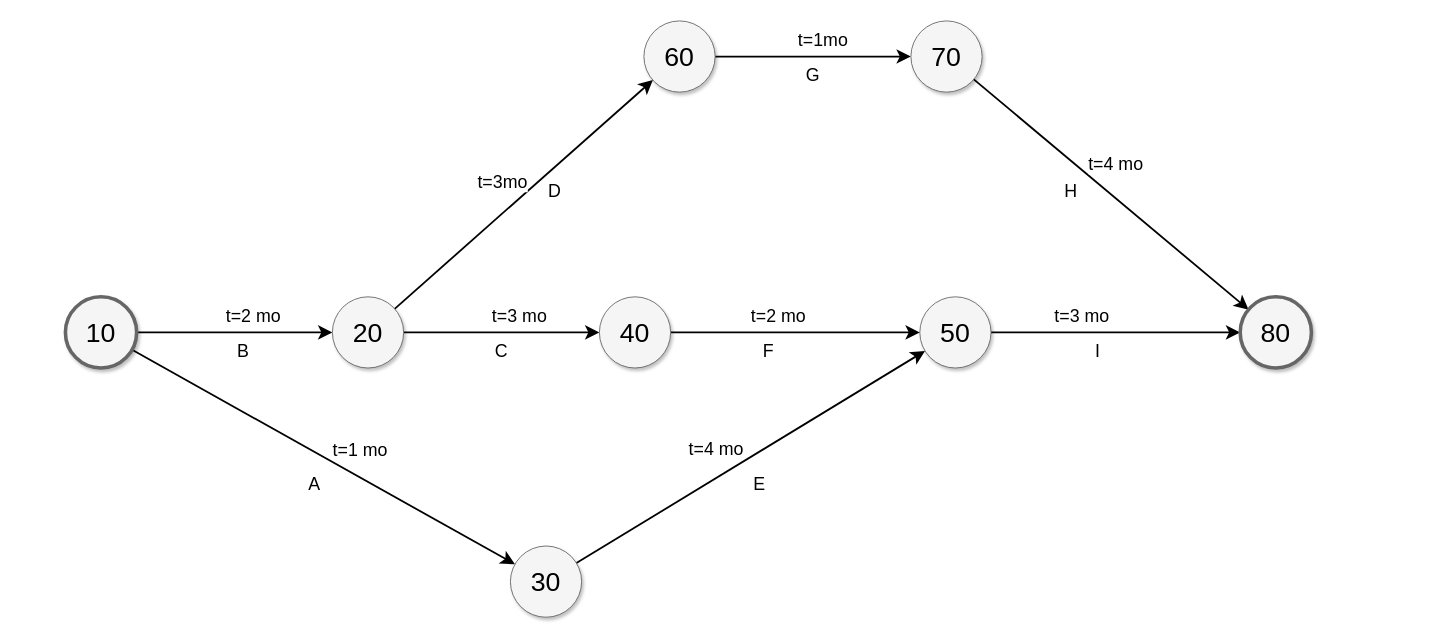
The draw.io diagram src/UI/Untitled Diagram.drawio in Alejosv07/Uso-de-POO-DMAW, before the edit. Source tidied: cells renumbered, new cells numbered last; positions are measured from the earlier drawing's top-left corner, leaving out a move shared by most shapes. Both pictures are drawn from the tidied source at 89%, with x=0, y=0 at pixel (65, 20).
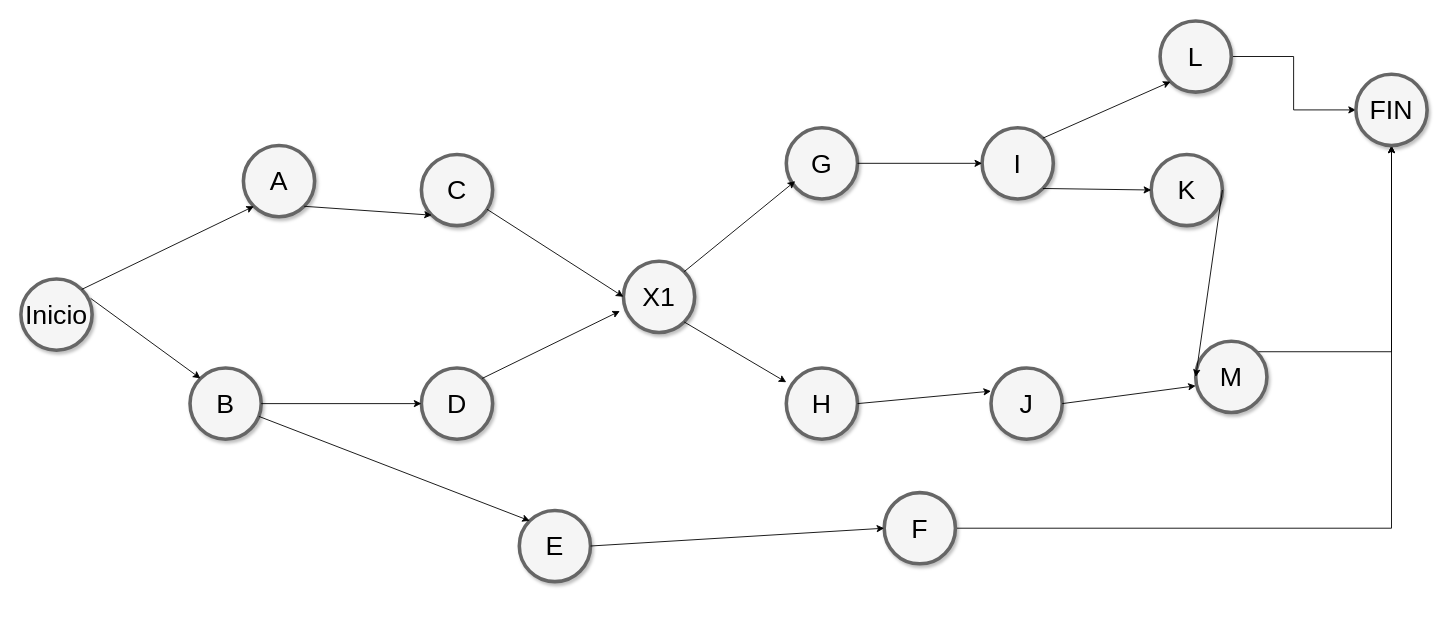
Above is the later version.

The edit, as a diff of the source:
```diff
@@
-    <mxCell id="2" style="edgeStyle=none;curved=1;html=1;startSize=10;endArrow=classic;endFill=1;endSize=10;strokeColor=#000000;strokeWidth=2;fontSize=12;" parent="1" edge="1" source="6" target="11">
-      <mxGeometry relative="1" as="geometry" />
-    </mxCell>
-    <mxCell id="3" value="t=2 mo" style="text;html=1;align=center;verticalAlign=middle;labelBackgroundColor=none;fontSize=20;" parent="2" vertex="1">
-      <mxGeometry x="0.25" y="-5" relative="1" as="geometry">
-        <mxPoint x="-8" y="-25" as="offset" />
-      </mxGeometry>
-    </mxCell>
-    <mxCell id="4" style="edgeStyle=none;curved=1;html=1;startSize=10;endFill=1;endSize=10;strokeWidth=2;fontSize=12;" parent="1" edge="1" source="6" target="14">
-      <mxGeometry relative="1" as="geometry" />
-    </mxCell>
-    <mxCell id="5" value="t=1 mo" style="text;html=1;align=center;verticalAlign=middle;labelBackgroundColor=#ffffff;fontSize=20;" parent="4" vertex="1">
-      <mxGeometry x="-0.07" y="-2" relative="1" as="geometry">
-        <mxPoint x="57" y="-3" as="offset" />
-      </mxGeometry>
-    </mxCell>
-    <mxCell id="6" value="10" style="ellipse;whiteSpace=wrap;html=1;rounded=0;shadow=1;strokeColor=#666666;strokeWidth=4;fontSize=30;align=center;fillColor=#f5f5f5;" parent="1" vertex="1">
-      <mxGeometry y="310" width="80" height="80" as="geometry" />
+    <mxCell id="6" value="Inicio" style="ellipse;whiteSpace=wrap;html=1;rounded=0;shadow=1;strokeColor=#666666;strokeWidth=4;fontSize=30;align=center;fillColor=#f5f5f5;" parent="1" vertex="1">
+      <mxGeometry x="-50" y="290" width="80" height="80" as="geometry" />
     </mxCell>
-    <mxCell id="7" style="edgeStyle=none;curved=1;html=1;startSize=10;endFill=1;endSize=10;strokeWidth=2;fontSize=12;" parent="1" edge="1" source="11" target="23">
-      <mxGeometry relative="1" as="geometry" />
-    </mxCell>
-    <mxCell id="8" value="t=3 mo" style="text;html=1;align=center;verticalAlign=middle;labelBackgroundColor=#ffffff;fontSize=20;" parent="7" vertex="1">
-      <mxGeometry x="0.15" relative="1" as="geometry">
-        <mxPoint x="3" y="-20" as="offset" />
-      </mxGeometry>
-    </mxCell>
-    <mxCell id="9" style="edgeStyle=none;curved=1;html=1;startSize=10;endFill=1;endSize=10;strokeWidth=2;fontSize=12;" parent="1" edge="1" source="11" target="20">
-      <mxGeometry relative="1" as="geometry" />
-    </mxCell>
-    <mxCell id="10" value="t=3mo" style="text;html=1;align=center;verticalAlign=middle;labelBackgroundColor=#ffffff;fontSize=20;" parent="9" vertex="1">
-      <mxGeometry x="0.17" y="-3" relative="1" as="geometry">
-        <mxPoint x="-51" y="4" as="offset" />
-      </mxGeometry>
-    </mxCell>
-    <mxCell id="11" value="20" style="ellipse;whiteSpace=wrap;html=1;rounded=0;shadow=1;strokeColor=#666666;strokeWidth=1;fontSize=30;align=center;fillColor=#f5f5f5;" parent="1" vertex="1">
-      <mxGeometry x="300" y="310" width="80" height="80" as="geometry" />
-    </mxCell>
-    <mxCell id="12" style="edgeStyle=none;curved=1;html=1;startSize=10;endFill=1;endSize=10;strokeWidth=2;fontSize=12;" parent="1" edge="1" source="14" target="17">
-      <mxGeometry relative="1" as="geometry" />
-    </mxCell>
-    <mxCell id="13" value="t=4 mo" style="text;html=1;align=center;verticalAlign=middle;labelBackgroundColor=#ffffff;fontSize=20;" parent="12" vertex="1">
-      <mxGeometry x="-0.13" y="-6" relative="1" as="geometry">
-        <mxPoint x="-17" y="-31" as="offset" />
-      </mxGeometry>
-    </mxCell>
-    <mxCell id="14" value="30" style="ellipse;whiteSpace=wrap;html=1;rounded=0;shadow=1;strokeColor=#666666;strokeWidth=1;fontSize=30;align=center;fillColor=#f5f5f5;" parent="1" vertex="1">
-      <mxGeometry x="500" y="590" width="80" height="80" as="geometry" />
-    </mxCell>
-    <mxCell id="15" style="edgeStyle=none;curved=1;html=1;startSize=10;endFill=1;endSize=10;strokeWidth=2;fontSize=12;" parent="1" edge="1" source="17" target="27">
-      <mxGeometry relative="1" as="geometry" />
-    </mxCell>
-    <mxCell id="16" value="t=3 mo" style="text;html=1;align=center;verticalAlign=middle;labelBackgroundColor=#ffffff;fontSize=20;" parent="15" vertex="1">
-      <mxGeometry x="-0.41" y="-1" relative="1" as="geometry">
-        <mxPoint x="18" y="-21" as="offset" />
-      </mxGeometry>
-    </mxCell>
-    <mxCell id="17" value="50" style="ellipse;whiteSpace=wrap;html=1;rounded=0;shadow=1;strokeColor=#666666;strokeWidth=1;fontSize=30;align=center;fillColor=#f5f5f5;" parent="1" vertex="1">
-      <mxGeometry x="960" y="310" width="80" height="80" as="geometry" />
-    </mxCell>
-    <mxCell id="18" style="edgeStyle=none;curved=1;html=1;startSize=10;endFill=1;endSize=10;strokeWidth=2;fontSize=12;" parent="1" edge="1" source="20" target="26">
-      <mxGeometry relative="1" as="geometry" />
-    </mxCell>
-    <mxCell id="19" value="t=1mo" style="text;html=1;align=center;verticalAlign=middle;labelBackgroundColor=#ffffff;fontSize=20;" parent="18" vertex="1">
-      <mxGeometry x="-0.07" y="-5" relative="1" as="geometry">
-        <mxPoint x="18" y="-25" as="offset" />
-      </mxGeometry>
-    </mxCell>
-    <mxCell id="20" value="60" style="ellipse;whiteSpace=wrap;html=1;rounded=0;shadow=1;strokeColor=#666666;strokeWidth=1;fontSize=30;align=center;fillColor=#f5f5f5;" parent="1" vertex="1">
-      <mxGeometry x="650" width="80" height="80" as="geometry" />
-    </mxCell>
-    <mxCell id="21" style="edgeStyle=none;curved=1;html=1;startSize=10;endFill=1;endSize=10;strokeWidth=2;fontSize=12;" parent="1" edge="1" source="23" target="17">
-      <mxGeometry relative="1" as="geometry" />
-    </mxCell>
-    <mxCell id="22" value="t=2 mo" style="text;html=1;align=center;verticalAlign=middle;labelBackgroundColor=#ffffff;fontSize=20;" parent="21" vertex="1">
-      <mxGeometry x="-0.35" y="-1" relative="1" as="geometry">
-        <mxPoint x="29" y="-21" as="offset" />
-      </mxGeometry>
-    </mxCell>
-    <mxCell id="23" value="40" style="ellipse;whiteSpace=wrap;html=1;rounded=0;shadow=1;strokeColor=#666666;strokeWidth=1;fontSize=30;align=center;fillColor=#f5f5f5;" parent="1" vertex="1">
-      <mxGeometry x="600" y="310" width="80" height="80" as="geometry" />
-    </mxCell>
-    <mxCell id="24" style="edgeStyle=none;curved=1;html=1;startSize=10;endFill=1;endSize=10;strokeWidth=2;fontSize=12;" parent="1" edge="1" source="26" target="27">
-      <mxGeometry relative="1" as="geometry" />
-    </mxCell>
-    <mxCell id="25" value="t=4 mo" style="text;html=1;align=center;verticalAlign=middle;labelBackgroundColor=#ffffff;fontSize=20;" parent="24" vertex="1">
-      <mxGeometry x="-0.27" y="2" relative="1" as="geometry">
-        <mxPoint x="45" y="1" as="offset" />
-      </mxGeometry>
-    </mxCell>
-    <mxCell id="26" value="70" style="ellipse;whiteSpace=wrap;html=1;rounded=0;shadow=1;strokeColor=#666666;strokeWidth=1;fontSize=30;align=center;fillColor=#f5f5f5;" parent="1" vertex="1">
-      <mxGeometry x="950" width="80" height="80" as="geometry" />
-    </mxCell>
-    <mxCell id="27" value="80" style="ellipse;whiteSpace=wrap;html=1;rounded=0;shadow=1;strokeColor=#666666;strokeWidth=4;fontSize=30;align=center;fillColor=#f5f5f5;" parent="1" vertex="1">
-      <mxGeometry x="1320" y="310" width="80" height="80" as="geometry" />
-    </mxCell>
-    <mxCell id="28" value="A" style="text;html=1;strokeColor=none;fillColor=none;align=center;verticalAlign=middle;whiteSpace=wrap;rounded=0;shadow=1;labelBackgroundColor=none;fontSize=20;" parent="1" vertex="1">
-      <mxGeometry x="260" y="510" width="40" height="20" as="geometry" />
+    <mxCell id="28" value="A" style="ellipse;whiteSpace=wrap;html=1;rounded=0;shadow=1;strokeColor=#666666;strokeWidth=4;fontSize=30;align=center;fillColor=#f5f5f5;" parent="1" vertex="1">
+      <mxGeometry x="200" y="140" width="80" height="80" as="geometry" />
     </mxCell>
-    <mxCell id="29" value="B" style="text;html=1;strokeColor=none;fillColor=none;align=center;verticalAlign=middle;whiteSpace=wrap;rounded=0;shadow=1;labelBackgroundColor=none;fontSize=20;" parent="1" vertex="1">
-      <mxGeometry x="180" y="360" width="40" height="20" as="geometry" />
+    <mxCell id="29" value="B" style="ellipse;whiteSpace=wrap;html=1;rounded=0;shadow=1;strokeColor=#666666;strokeWidth=4;fontSize=30;align=center;fillColor=#f5f5f5;" parent="1" vertex="1">
+      <mxGeometry x="140" y="390" width="80" height="80" as="geometry" />
     </mxCell>
-    <mxCell id="30" value="C" style="text;html=1;strokeColor=none;fillColor=none;align=center;verticalAlign=middle;whiteSpace=wrap;rounded=0;shadow=1;labelBackgroundColor=none;fontSize=20;" parent="1" vertex="1">
-      <mxGeometry x="470" y="360" width="40" height="20" as="geometry" />
+    <mxCell id="30" value="C" style="ellipse;whiteSpace=wrap;html=1;rounded=0;shadow=1;strokeColor=#666666;strokeWidth=4;fontSize=30;align=center;fillColor=#f5f5f5;" parent="1" vertex="1">
+      <mxGeometry x="400" y="150" width="80" height="80" as="geometry" />
     </mxCell>
-    <mxCell id="31" value="D" style="text;html=1;strokeColor=none;fillColor=none;align=center;verticalAlign=middle;whiteSpace=wrap;rounded=0;shadow=1;labelBackgroundColor=none;fontSize=20;" parent="1" vertex="1">
-      <mxGeometry x="530" y="180" width="40" height="20" as="geometry" />
+    <mxCell id="31" value="D" style="ellipse;whiteSpace=wrap;html=1;rounded=0;shadow=1;strokeColor=#666666;strokeWidth=4;fontSize=30;align=center;fillColor=#f5f5f5;" parent="1" vertex="1">
+      <mxGeometry x="400" y="390" width="80" height="80" as="geometry" />
     </mxCell>
-    <mxCell id="32" value="E" style="text;html=1;strokeColor=none;fillColor=none;align=center;verticalAlign=middle;whiteSpace=wrap;rounded=0;shadow=1;labelBackgroundColor=none;fontSize=20;" parent="1" vertex="1">
-      <mxGeometry x="760" y="510" width="40" height="20" as="geometry" />
-    </mxCell>
-    <mxCell id="33" value="F" style="text;html=1;strokeColor=none;fillColor=none;align=center;verticalAlign=middle;whiteSpace=wrap;rounded=0;shadow=1;labelBackgroundColor=none;fontSize=20;" parent="1" vertex="1">
-      <mxGeometry x="770" y="360" width="40" height="20" as="geometry" />
-    </mxCell>
+    <mxCell id="37" value="X1" style="ellipse;whiteSpace=wrap;html=1;rounded=0;shadow=1;strokeColor=#666666;strokeWidth=4;fontSize=30;align=center;fillColor=#f5f5f5;" parent="1" vertex="1">
+      <mxGeometry x="627" y="270" width="80" height="80" as="geometry" />
+    </mxCell>
-    <mxCell id="34" value="G" style="text;html=1;strokeColor=none;fillColor=none;align=center;verticalAlign=middle;whiteSpace=wrap;rounded=0;shadow=1;labelBackgroundColor=none;fontSize=20;" parent="1" vertex="1">
-      <mxGeometry x="820" y="50" width="40" height="20" as="geometry" />
+    <mxCell id="34" value="G" style="ellipse;whiteSpace=wrap;html=1;rounded=0;shadow=1;strokeColor=#666666;strokeWidth=4;fontSize=30;align=center;fillColor=#f5f5f5;" parent="1" vertex="1">
+      <mxGeometry x="810" y="120" width="80" height="80" as="geometry" />
     </mxCell>
-    <mxCell id="35" value="H" style="text;html=1;strokeColor=none;fillColor=none;align=center;verticalAlign=middle;whiteSpace=wrap;rounded=0;shadow=1;labelBackgroundColor=none;fontSize=20;" parent="1" vertex="1">
-      <mxGeometry x="1110" y="180" width="40" height="20" as="geometry" />
+    <mxCell id="35" value="H" style="ellipse;whiteSpace=wrap;html=1;rounded=0;shadow=1;strokeColor=#666666;strokeWidth=4;fontSize=30;align=center;fillColor=#f5f5f5;" parent="1" vertex="1">
+      <mxGeometry x="810" y="390" width="80" height="80" as="geometry" />
     </mxCell>
-    <mxCell id="36" value="I" style="text;html=1;strokeColor=none;fillColor=none;align=center;verticalAlign=middle;whiteSpace=wrap;rounded=0;shadow=1;labelBackgroundColor=none;fontSize=20;" parent="1" vertex="1">
-      <mxGeometry x="1140" y="360" width="40" height="20" as="geometry" />
+    <mxCell id="36" value="I" style="ellipse;whiteSpace=wrap;html=1;rounded=0;shadow=1;strokeColor=#666666;strokeWidth=4;fontSize=30;align=center;fillColor=#f5f5f5;" parent="1" vertex="1">
+      <mxGeometry x="1030" y="120" width="80" height="80" as="geometry" />
     </mxCell>
+    <mxCell id="38" value="J" style="ellipse;whiteSpace=wrap;html=1;rounded=0;shadow=1;strokeColor=#666666;strokeWidth=4;fontSize=30;align=center;fillColor=#f5f5f5;" parent="1" vertex="1">
+      <mxGeometry x="1040" y="390" width="80" height="80" as="geometry" />
+    </mxCell>
+    <mxCell id="39" style="edgeStyle=orthogonalEdgeStyle;rounded=0;jettySize=auto;html=1;exitX=1;exitY=0.5;exitDx=0;exitDy=0;entryX=0;entryY=0.5;entryDx=0;entryDy=0;fontSize=34;" parent="1" edge="1" source="40" target="61">
+      <mxGeometry relative="1" as="geometry" />
+    </mxCell>
+    <mxCell id="40" value="L" style="ellipse;whiteSpace=wrap;html=1;rounded=0;shadow=1;strokeColor=#666666;strokeWidth=4;fontSize=30;align=center;fillColor=#f5f5f5;" parent="1" vertex="1">
+      <mxGeometry x="1230" width="80" height="80" as="geometry" />
+    </mxCell>
+    <mxCell id="41" value="K" style="ellipse;whiteSpace=wrap;html=1;rounded=0;shadow=1;strokeColor=#666666;strokeWidth=4;fontSize=30;align=center;fillColor=#f5f5f5;" parent="1" vertex="1">
+      <mxGeometry x="1220" y="150" width="80" height="80" as="geometry" />
+    </mxCell>
+    <mxCell id="42" style="endArrow=classic;html=1;fontSize=34;exitX=1;exitY=0;exitDx=0;exitDy=0;entryX=0;entryY=1;entryDx=0;entryDy=0;" parent="1" edge="1" source="6" target="28">
+      <mxGeometry relative="1" as="geometry" />
+    </mxCell>
+    <mxCell id="43" style="endArrow=classic;html=1;fontSize=34;exitX=1;exitY=0;exitDx=0;exitDy=0;entryX=0;entryY=0;entryDx=0;entryDy=0;" parent="1" edge="1" target="29">
+      <mxGeometry relative="1" as="geometry">
+        <mxPoint x="28.3" y="311.7" as="sourcePoint" />
+      </mxGeometry>
+    </mxCell>
+    <mxCell id="44" style="endArrow=classic;html=1;fontSize=34;exitX=1;exitY=1;exitDx=0;exitDy=0;entryX=0;entryY=1;entryDx=0;entryDy=0;" parent="1" edge="1" source="28" target="30">
+      <mxGeometry relative="1" as="geometry" />
+    </mxCell>
+    <mxCell id="45" style="endArrow=classic;html=1;fontSize=34;exitX=1;exitY=0.5;exitDx=0;exitDy=0;entryX=0;entryY=0.5;entryDx=0;entryDy=0;" parent="1" edge="1" source="29" target="31">
+      <mxGeometry relative="1" as="geometry" />
+    </mxCell>
+    <mxCell id="46" style="endArrow=classic;html=1;fontSize=34;entryX=0;entryY=0.5;entryDx=0;entryDy=0;" parent="1" edge="1" source="30" target="37">
+      <mxGeometry relative="1" as="geometry" />
+    </mxCell>
+    <mxCell id="47" style="endArrow=classic;html=1;fontSize=34;exitX=1;exitY=0;exitDx=0;exitDy=0;entryX=-0.05;entryY=0.7;entryDx=0;entryDy=0;entryPerimeter=0;" parent="1" edge="1" source="31" target="37">
+      <mxGeometry relative="1" as="geometry" />
+    </mxCell>
+    <mxCell id="48" style="endArrow=classic;html=1;fontSize=34;exitX=1;exitY=0;exitDx=0;exitDy=0;" parent="1" edge="1" source="37">
+      <mxGeometry relative="1" as="geometry">
+        <mxPoint x="820" y="180" as="targetPoint" />
+      </mxGeometry>
+    </mxCell>
+    <mxCell id="49" style="endArrow=classic;html=1;fontSize=34;exitX=1;exitY=1;exitDx=0;exitDy=0;entryX=0;entryY=0.2;entryDx=0;entryDy=0;entryPerimeter=0;" parent="1" edge="1" source="37" target="35">
+      <mxGeometry relative="1" as="geometry" />
+    </mxCell>
+    <mxCell id="50" style="endArrow=classic;html=1;fontSize=34;exitX=1;exitY=0.5;exitDx=0;exitDy=0;entryX=0;entryY=0.5;entryDx=0;entryDy=0;" parent="1" edge="1" source="34" target="36">
+      <mxGeometry relative="1" as="geometry" />
+    </mxCell>
+    <mxCell id="51" style="endArrow=classic;html=1;fontSize=34;exitX=1;exitY=0.5;exitDx=0;exitDy=0;entryX=0;entryY=0.325;entryDx=0;entryDy=0;entryPerimeter=0;" parent="1" edge="1" source="35" target="38">
+      <mxGeometry relative="1" as="geometry" />
+    </mxCell>
+    <mxCell id="32" value="E" style="ellipse;whiteSpace=wrap;html=1;rounded=0;shadow=1;strokeColor=#666666;strokeWidth=4;fontSize=30;align=center;fillColor=#f5f5f5;" parent="1" vertex="1">
+      <mxGeometry x="510" y="550" width="80" height="80" as="geometry" />
+    </mxCell>
+    <mxCell id="52" style="edgeStyle=orthogonalEdgeStyle;rounded=0;jettySize=auto;html=1;exitX=1;exitY=0.5;exitDx=0;exitDy=0;entryX=0.5;entryY=1;entryDx=0;entryDy=0;fontSize=34;" parent="1" edge="1" source="33" target="61">
+      <mxGeometry relative="1" as="geometry" />
+    </mxCell>
+    <mxCell id="33" value="F" style="ellipse;whiteSpace=wrap;html=1;rounded=0;shadow=1;strokeColor=#666666;strokeWidth=4;fontSize=30;align=center;fillColor=#f5f5f5;" parent="1" vertex="1">
+      <mxGeometry x="920" y="530" width="80" height="80" as="geometry" />
+    </mxCell>
+    <mxCell id="53" style="endArrow=classic;html=1;fontSize=34;entryX=0;entryY=0;entryDx=0;entryDy=0;" parent="1" edge="1" source="29" target="32">
+      <mxGeometry relative="1" as="geometry" />
+    </mxCell>
+    <mxCell id="54" style="endArrow=classic;html=1;fontSize=34;entryX=0;entryY=0.5;entryDx=0;entryDy=0;exitX=1;exitY=0.5;exitDx=0;exitDy=0;" parent="1" edge="1" source="32" target="33">
+      <mxGeometry relative="1" as="geometry" />
+    </mxCell>
+    <mxCell id="55" style="edgeStyle=orthogonalEdgeStyle;rounded=0;jettySize=auto;html=1;exitX=1;exitY=0;exitDx=0;exitDy=0;entryX=0.5;entryY=1;entryDx=0;entryDy=0;fontSize=34;" parent="1" edge="1" source="56" target="61">
+      <mxGeometry relative="1" as="geometry" />
+    </mxCell>
+    <mxCell id="56" value="M" style="ellipse;whiteSpace=wrap;html=1;rounded=0;shadow=1;strokeColor=#666666;strokeWidth=4;fontSize=30;align=center;fillColor=#f5f5f5;" parent="1" vertex="1">
+      <mxGeometry x="1270" y="360" width="80" height="80" as="geometry" />
+    </mxCell>
+    <mxCell id="57" style="endArrow=classic;html=1;fontSize=34;exitX=1;exitY=1;exitDx=0;exitDy=0;entryX=0;entryY=0.5;entryDx=0;entryDy=0;" parent="1" edge="1" source="36" target="41">
+      <mxGeometry relative="1" as="geometry" />
+    </mxCell>
+    <mxCell id="58" style="endArrow=classic;html=1;fontSize=34;exitX=1;exitY=0.5;exitDx=0;exitDy=0;entryX=0;entryY=0.5;entryDx=0;entryDy=0;" parent="1" edge="1" source="41" target="56">
+      <mxGeometry relative="1" as="geometry" />
+    </mxCell>
+    <mxCell id="59" style="endArrow=classic;html=1;fontSize=34;exitX=1;exitY=0.5;exitDx=0;exitDy=0;entryX=0;entryY=0.625;entryDx=0;entryDy=0;entryPerimeter=0;" parent="1" edge="1" source="38" target="56">
+      <mxGeometry relative="1" as="geometry" />
+    </mxCell>
+    <mxCell id="60" style="endArrow=classic;html=1;fontSize=34;exitX=1;exitY=0;exitDx=0;exitDy=0;entryX=0;entryY=1;entryDx=0;entryDy=0;" parent="1" edge="1" source="36" target="40">
+      <mxGeometry relative="1" as="geometry" />
+    </mxCell>
+    <mxCell id="61" value="FIN" style="ellipse;whiteSpace=wrap;html=1;rounded=0;shadow=1;strokeColor=#666666;strokeWidth=4;fontSize=30;align=center;fillColor=#f5f5f5;" parent="1" vertex="1">
+      <mxGeometry x="1450" y="60" width="80" height="80" as="geometry" />
+    </mxCell>
```
